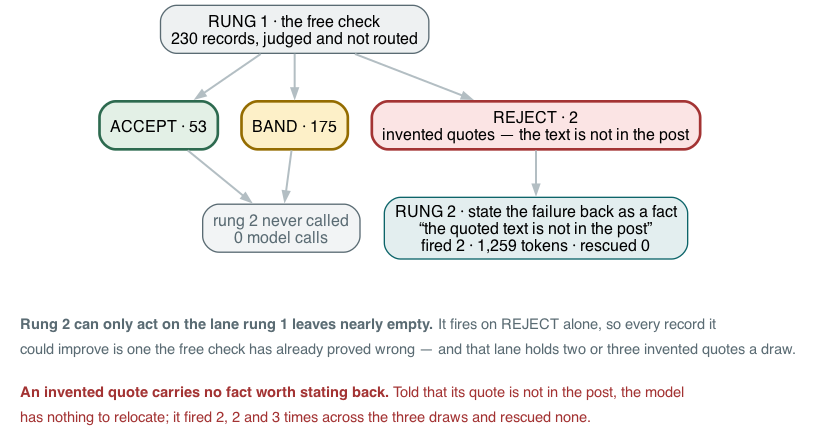
wbagais/reliability-ladder keeps this Graphviz diagram as docs/figures/fig13-rung2-cadec.png. Above is the earlier version. Its source is kept beside it as docs/figures/fig13-rung2-cadec.dot. Its diagram source:
```dot
digraph rung2_cadec {
  rankdir=TB; bgcolor="white";
  node [shape=box style="filled,rounded" fontname="Helvetica" fontsize=12 color="#5a6b73" fillcolor="#f2f4f5"];
  edge [color="#b3bec3" penwidth=1.5 arrowsize=0.7 fontname="Helvetica" fontsize=10];

  r1 [label="RUNG 1 · the free check\n230 records, judged and not routed" fillcolor="#eef1f2"];
  ca [label="ACCEPT · 53" fillcolor="#e3f0e6" color="#2d6a4f" penwidth=2];
  cb [label="BAND · 175" fillcolor="#fdf0c8" color="#946c00" penwidth=2];
  cr [label="REJECT · 2\ninvented quotes — the text is not in the post" fillcolor="#fbe4e4" color="#a33333" penwidth=2];
  r1 -> ca; r1 -> cb; r1 -> cr;
  cskip [label="rung 2 never called\n0 model calls" fillcolor="#f2f4f5" fontcolor="#5a6b73"];
  cfire [label="RUNG 2 · state the failure back as a fact\n“the quoted text is not in the post”\nfired 2 · 1,259 tokens · rescued 0" fillcolor="#e3eeef" color="#0c6469"];
  ca -> cskip; cb -> cskip; cr -> cfire;
  { rank=same; ca; cb; cr }

  note [shape=plaintext style="" fillcolor="white"
        label=<<TABLE BORDER="0" CELLBORDER="0" CELLSPACING="0" CELLPADDING="3">
        <TR><TD ALIGN="LEFT"><FONT POINT-SIZE="11" COLOR="#5a6b73"><B>Rung 2 can only act on the lane rung 1 leaves nearly empty.</B> It fires on REJECT alone, so every record it</FONT></TD></TR>
        <TR><TD ALIGN="LEFT"><FONT POINT-SIZE="11" COLOR="#5a6b73">could improve is one the free check has already proved wrong — and that lane holds two or three invented quotes a draw.</FONT></TD></TR>
        <TR><TD ALIGN="LEFT"><FONT POINT-SIZE="8"> </FONT></TD></TR>
        <TR><TD ALIGN="LEFT"><FONT POINT-SIZE="11" COLOR="#a33333"><B>An invented quote carries no fact worth stating back.</B> Told that its quote is not in the post, the model</FONT></TD></TR>
        <TR><TD ALIGN="LEFT"><FONT POINT-SIZE="11" COLOR="#a33333">has nothing to relocate; it fired 2, 2 and 3 times across the three draws and rescued none.</FONT></TD></TR>
        </TABLE>>];
  cskip -> note [style=invis]; cfire -> note [style=invis];
}
```
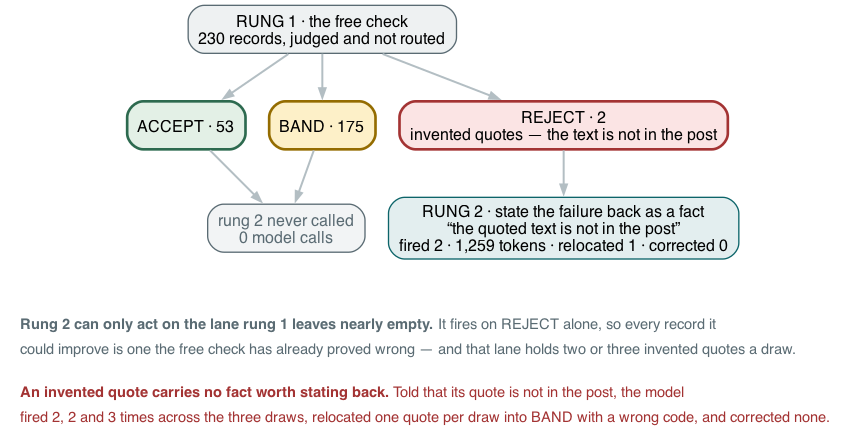
After the change.

Commit message:
CADEC article audited against the base run's files: §3's two examples and §9's error rate were not from it; rung 2 relocated one quote per draw, which the article denied; three figures corrected

Diff of the diagram source:
```diff
@@ -9,7 +9,7 @@
   cr [label="REJECT · 2\ninvented quotes — the text is not in the post" fillcolor="#fbe4e4" color="#a33333" penwidth=2];
   r1 -> ca; r1 -> cb; r1 -> cr;
   cskip [label="rung 2 never called\n0 model calls" fillcolor="#f2f4f5" fontcolor="#5a6b73"];
-  cfire [label="RUNG 2 · state the failure back as a fact\n“the quoted text is not in the post”\nfired 2 · 1,259 tokens · rescued 0" fillcolor="#e3eeef" color="#0c6469"];
+  cfire [label="RUNG 2 · state the failure back as a fact\n“the quoted text is not in the post”\nfired 2 · 1,259 tokens · relocated 1 · corrected 0" fillcolor="#e3eeef" color="#0c6469"];
   ca -> cskip; cb -> cskip; cr -> cfire;
   { rank=same; ca; cb; cr }
 
@@ -19,7 +19,7 @@
         <TR><TD ALIGN="LEFT"><FONT POINT-SIZE="11" COLOR="#5a6b73">could improve is one the free check has already proved wrong — and that lane holds two or three invented quotes a draw.</FONT></TD></TR>
         <TR><TD ALIGN="LEFT"><FONT POINT-SIZE="8"> </FONT></TD></TR>
         <TR><TD ALIGN="LEFT"><FONT POINT-SIZE="11" COLOR="#a33333"><B>An invented quote carries no fact worth stating back.</B> Told that its quote is not in the post, the model</FONT></TD></TR>
-        <TR><TD ALIGN="LEFT"><FONT POINT-SIZE="11" COLOR="#a33333">has nothing to relocate; it fired 2, 2 and 3 times across the three draws and rescued none.</FONT></TD></TR>
+        <TR><TD ALIGN="LEFT"><FONT POINT-SIZE="11" COLOR="#a33333">fired 2, 2 and 3 times across the three draws, relocated one quote per draw into BAND with a wrong code, and corrected none.</FONT></TD></TR>
         </TABLE>>];
   cskip -> note [style=invis]; cfire -> note [style=invis];
 }
```
